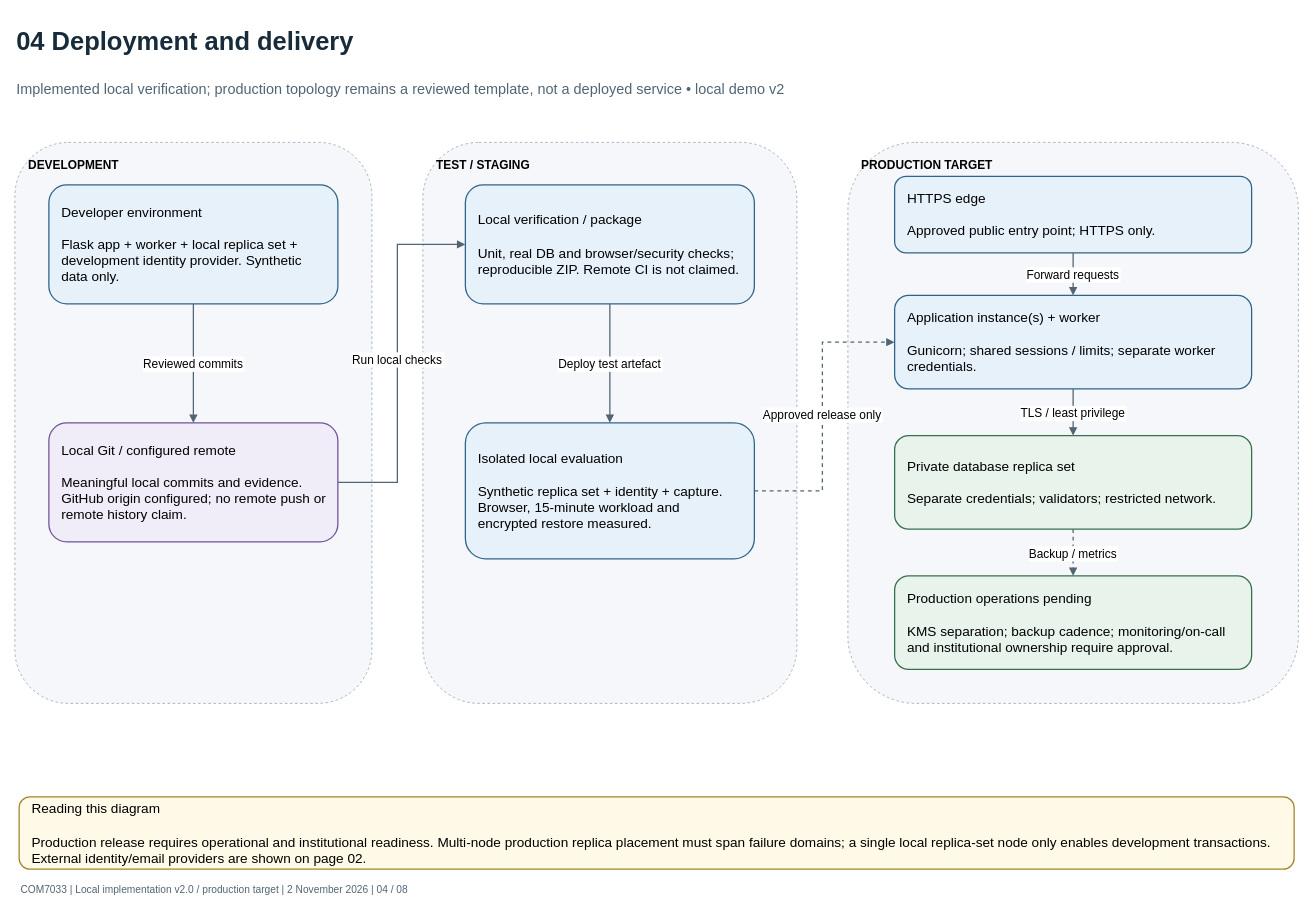
This is page "04 Deployment and delivery" (4 of 8) of docs/architecture/student-support-architecture.drawio from JEGSON/student-support-system, a draw.io file, before an edit. Source tidied: cells renumbered, new cells numbered last; positions are measured from the earlier drawing's top-left corner, leaving out a move shared by most shapes. Both pictures are drawn from the tidied source at 85%, with x=0, y=0 at pixel (14, 14).
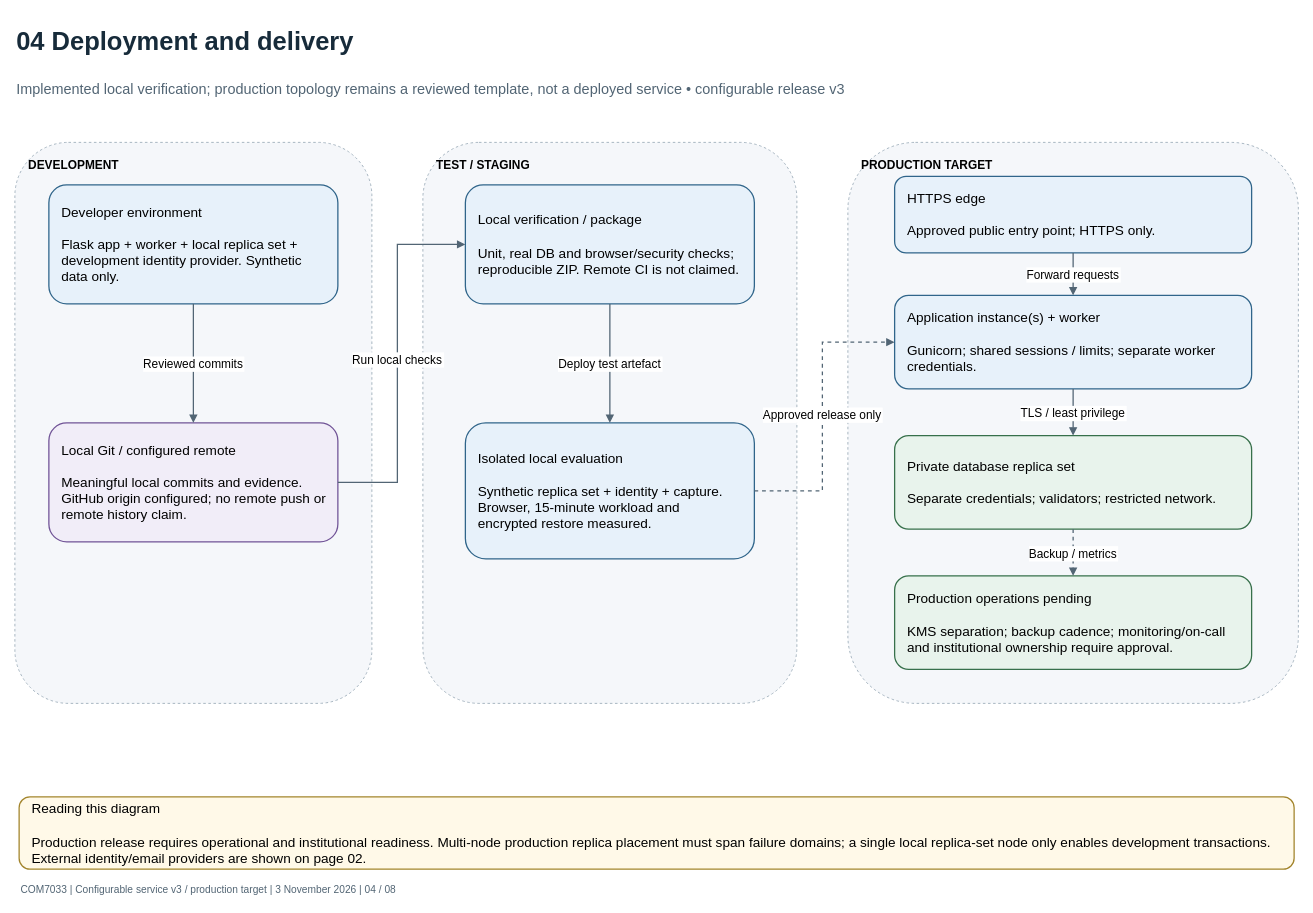
After the change.

The edit, as a diff of the source:
```diff
@@
-    <mxCell id="3" value="Implemented local verification; production topology remains a reviewed template, not a deployed service • local demo v2" style="text;html=0;align=left;verticalAlign=middle;fontSize=17;fontColor=#526574;whiteSpace=wrap;" parent="1" vertex="1">
+    <mxCell id="3" value="Implemented local verification; production topology remains a reviewed template, not a deployed service • configurable release v3" style="text;html=0;align=left;verticalAlign=middle;fontSize=17;fontColor=#526574;whiteSpace=wrap;" parent="1" vertex="1">
       <mxGeometry y="65" width="1510" height="45" as="geometry" />
     </mxCell>
@@
-    <mxCell id="23" value="COM7033 | Local implementation v2.0 / production target | 2 November 2026 | 04 / 08" style="text;html=0;align=left;fontSize=12;fontColor=#526574;" parent="1" vertex="1">
+    <mxCell id="23" value="COM7033 | Configurable service v3 / production target | 3 November 2026 | 04 / 08" style="text;html=0;align=left;fontSize=12;fontColor=#526574;" parent="1" vertex="1">
       <mxGeometry x="5" y="1015" width="1500" height="25" as="geometry" />
     </mxCell>
```
